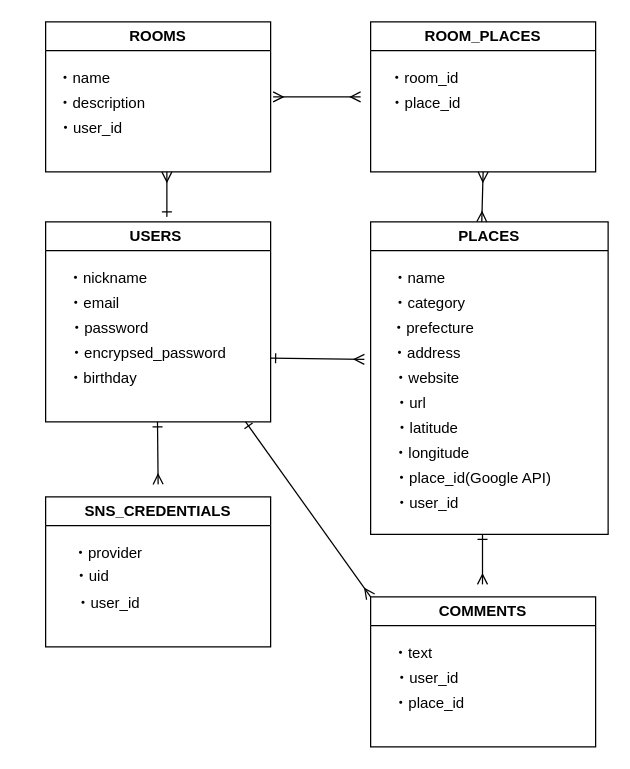
ayako-k2/mu5 keeps this draw.io diagram as mu5.dio. Above is the earlier version. Source tidied: cells renumbered, new cells numbered last; positions are measured from the earlier drawing's top-left corner, leaving out a move shared by most shapes. Both pictures are drawn from the tidied source at 125%, with x=0, y=0 at pixel (21, 21).
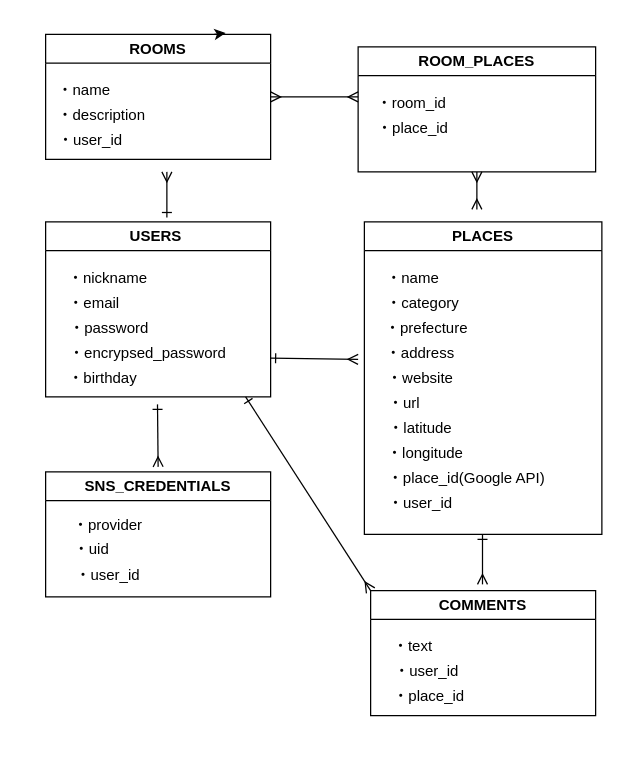
After the change.

Change to the diagram source:
```diff
@@
     <mxCell id="2" value="USERS&amp;nbsp;" style="swimlane;whiteSpace=wrap;html=1;" parent="1" vertex="1">
-      <mxGeometry x="19" y="160" width="180" height="160" as="geometry" />
+      <mxGeometry x="19" y="160" width="180" height="140" as="geometry" />
     </mxCell>
@@
     <mxCell id="8" value="PLACES" style="swimlane;whiteSpace=wrap;html=1;" parent="1" vertex="1">
-      <mxGeometry x="279" y="160" width="190" height="250" as="geometry" />
+      <mxGeometry x="274" y="160" width="190" height="250" as="geometry" />
     </mxCell>
@@
     <mxCell id="19" value="COMMENTS" style="swimlane;whiteSpace=wrap;html=1;" parent="1" vertex="1">
-      <mxGeometry x="279" y="460" width="180" height="120" as="geometry" />
+      <mxGeometry x="279" y="455" width="180" height="100" as="geometry" />
     </mxCell>
@@
     <mxCell id="25" style="endArrow=ERmany;html=1;endFill=0;startArrow=ERone;startFill=0;entryX=0;entryY=0;entryDx=0;entryDy=0;" parent="1" edge="1" target="19">
       <mxGeometry relative="1" as="geometry">
-        <mxPoint x="179" y="320" as="sourcePoint" />
+        <mxPoint x="179" y="300" as="sourcePoint" />
       </mxGeometry>
     </mxCell>
     <mxCell id="26" value="SNS_CREDENTIALS" style="swimlane;whiteSpace=wrap;html=1;" parent="1" vertex="1">
-      <mxGeometry x="19" y="380" width="180" height="120" as="geometry" />
+      <mxGeometry x="19" y="360" width="180" height="100" as="geometry" />
     </mxCell>
     <mxCell id="27" value="・provider" style="text;html=1;strokeColor=none;fillColor=none;align=center;verticalAlign=middle;whiteSpace=wrap;rounded=0;" parent="26" vertex="1">
-      <mxGeometry y="30" width="100" height="30" as="geometry" />
+      <mxGeometry y="28" width="100" height="30" as="geometry" />
     </mxCell>
     <mxCell id="28" value="・uid" style="text;html=1;strokeColor=none;fillColor=none;align=center;verticalAlign=middle;whiteSpace=wrap;rounded=0;" parent="26" vertex="1">
-      <mxGeometry x="-13" y="49" width="100" height="30" as="geometry" />
+      <mxGeometry x="-13" y="47" width="100" height="30" as="geometry" />
     </mxCell>
     <mxCell id="29" value="・user_id" style="text;html=1;strokeColor=none;fillColor=none;align=center;verticalAlign=middle;whiteSpace=wrap;rounded=0;" parent="26" vertex="1">
-      <mxGeometry y="70" width="100" height="30" as="geometry" />
+      <mxGeometry y="68" width="100" height="30" as="geometry" />
     </mxCell>
     <mxCell id="30" style="endArrow=ERmany;html=1;endFill=0;startArrow=ERone;startFill=0;" parent="1" edge="1">
       <mxGeometry relative="1" as="geometry">
-        <mxPoint x="108.5" y="320" as="sourcePoint" />
-        <mxPoint x="109" y="370" as="targetPoint" />
+        <mxPoint x="108.5" y="306" as="sourcePoint" />
+        <mxPoint x="109" y="356" as="targetPoint" />
       </mxGeometry>
     </mxCell>
     <mxCell id="31" value="ROOMS" style="swimlane;whiteSpace=wrap;html=1;" parent="1" vertex="1">
-      <mxGeometry x="19" width="180" height="120" as="geometry" />
+      <mxGeometry x="19" y="10" width="180" height="100" as="geometry" />
     </mxCell>
@@
     <mxCell id="35" value="ROOM_PLACES" style="swimlane;whiteSpace=wrap;html=1;" parent="1" vertex="1">
-      <mxGeometry x="279" width="180" height="120" as="geometry" />
+      <mxGeometry x="269" y="20" width="190" height="100" as="geometry" />
     </mxCell>
@@
-    <mxCell id="39" style="endArrow=ERmany;html=1;endFill=0;startArrow=ERmany;startFill=0;exitX=1;exitY=0.5;exitDx=0;exitDy=0;" parent="1" edge="1">
+    <mxCell id="39" style="endArrow=ERmany;html=1;endFill=0;startArrow=ERmany;startFill=0;exitX=1;exitY=0.5;exitDx=0;exitDy=0;" parent="1" edge="1" source="31">
       <mxGeometry relative="1" as="geometry">
-        <mxPoint x="201" y="60" as="sourcePoint" />
-        <mxPoint x="271" y="60" as="targetPoint" />
+        <mxPoint x="269" y="60" as="targetPoint" />
       </mxGeometry>
     </mxCell>
-    <mxCell id="40" style="endArrow=ERmany;html=1;endFill=0;startArrow=ERmany;startFill=0;exitX=0.468;exitY=0;exitDx=0;exitDy=0;entryX=0.5;entryY=1;entryDx=0;entryDy=0;exitPerimeter=0;" parent="1" edge="1" source="8" target="35">
-      <mxGeometry relative="1" as="geometry" />
+    <mxCell id="40" style="endArrow=ERmany;html=1;endFill=0;startArrow=ERmany;startFill=0;entryX=0.5;entryY=1;entryDx=0;entryDy=0;" parent="1" edge="1" target="35">
+      <mxGeometry relative="1" as="geometry">
+        <mxPoint x="364" y="150" as="sourcePoint" />
+      </mxGeometry>
     </mxCell>
+    <mxCell id="41" style="edgeStyle=none;html=1;exitX=0.75;exitY=0;exitDx=0;exitDy=0;entryX=0.8;entryY=-0.01;entryDx=0;entryDy=0;entryPerimeter=0;" parent="1" edge="1" source="31" target="31">
+      <mxGeometry relative="1" as="geometry" />
+    </mxCell>
```
